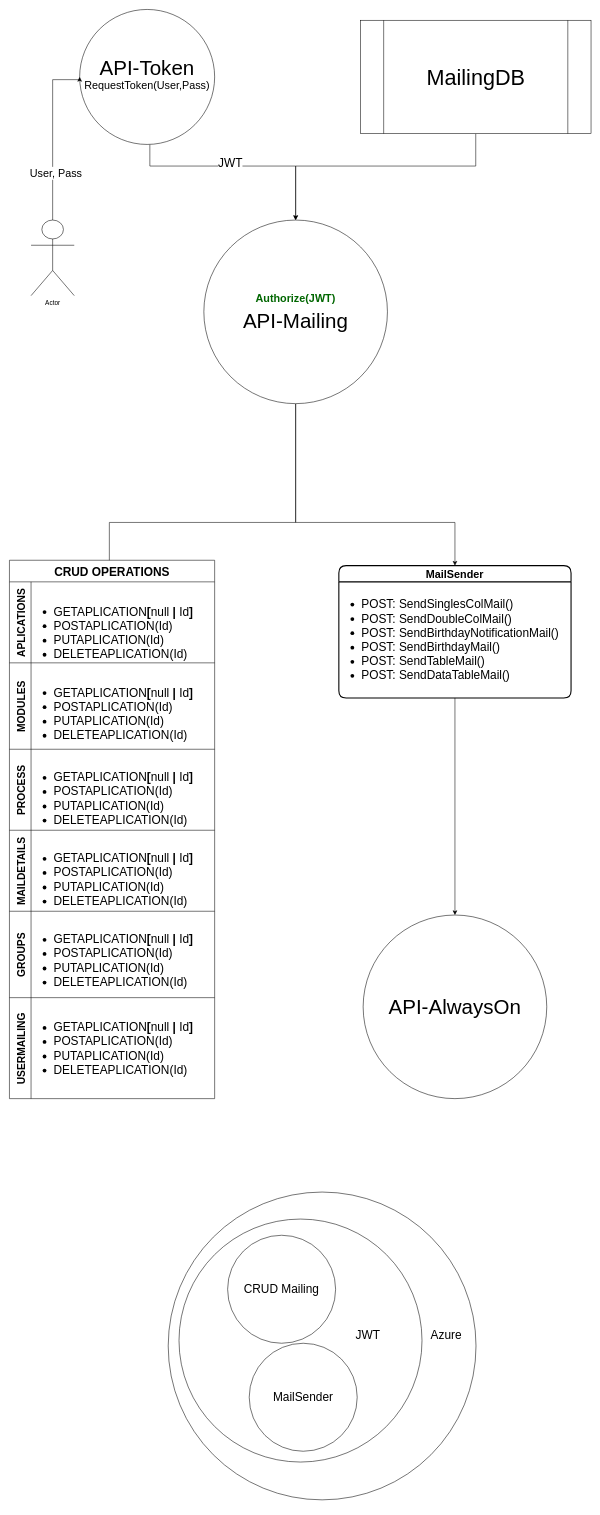
Above: page "Backlog" (2 of 3) of API-Mailing.drawio in AlvaroRiquelmeV/Draw.io (draw.io), before the change. Source tidied: cells renumbered, new cells numbered last; positions are measured from the earlier drawing's top-left corner, leaving out a move shared by most shapes. Both pictures are drawn from the tidied source at 54%, with x=0, y=0 at pixel (9, 9).
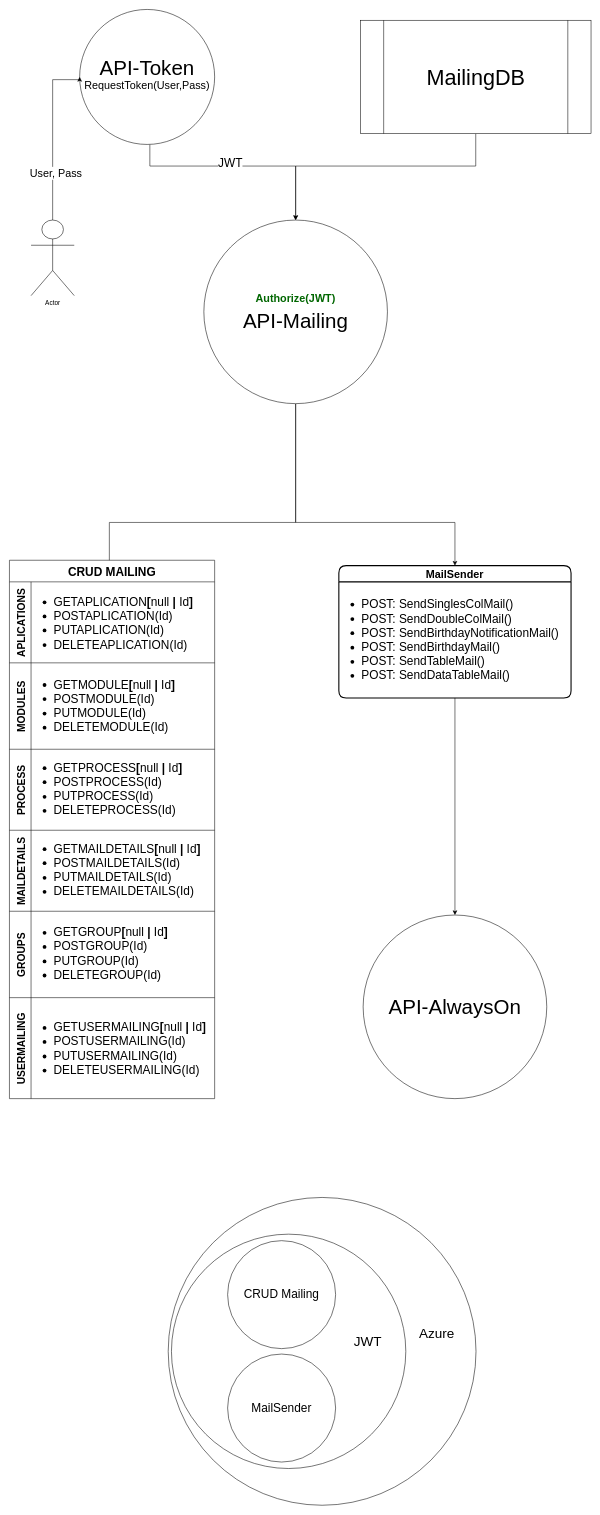
The same page after the edit.

The change refers to these unchanged cells:
```xml
<mxCell id="18" style="swimlane;swimlaneHead=0;swimlaneBody=0;fontStyle=0;fillColor=none;startSize=0;fontStyle=1;fontSize=19;shadow=0;" parent="17" vertex="1">
  <mxGeometry x="40" width="340" height="150" as="geometry" />
</mxCell>
<mxCell id="21" style="swimlane;swimlaneHead=0;swimlaneBody=0;fontStyle=0;fillColor=none;startSize=0;fontStyle=1;fontSize=19;shadow=0;" parent="20" vertex="1">
  <mxGeometry x="40" width="340" height="160" as="geometry" />
</mxCell>
<mxCell id="24" style="swimlane;swimlaneHead=0;swimlaneBody=0;fontStyle=0;fillColor=none;startSize=0;fontStyle=1;fontSize=19;shadow=0;" parent="23" vertex="1">
  <mxGeometry x="40" width="340" height="150" as="geometry" />
</mxCell>
<mxCell id="27" style="swimlane;swimlaneHead=0;swimlaneBody=0;fontStyle=0;fillColor=none;startSize=0;fontStyle=1;fontSize=19;shadow=0;" parent="26" vertex="1">
  <mxGeometry x="40" width="340" height="150" as="geometry" />
</mxCell>
<mxCell id="30" style="swimlane;swimlaneHead=0;swimlaneBody=0;fontStyle=0;fillColor=none;startSize=0;fontStyle=1;fontSize=19;shadow=0;" parent="29" vertex="1">
  <mxGeometry x="40" width="340" height="160" as="geometry" />
</mxCell>
<mxCell id="33" style="swimlane;swimlaneHead=0;swimlaneBody=0;fontStyle=0;fillColor=none;startSize=0;fontStyle=1;fontSize=19;shadow=0;" parent="32" vertex="1">
  <mxGeometry x="40" width="340" height="187" as="geometry" />
</mxCell>
```

The edit, as a diff of the source:
```diff
@@
-    <mxCell id="16" value="CRUD OPERATIONS" style="shape=table;childLayout=tableLayout;startSize=40;fontStyle=1;fontSize=22;shadow=0;" parent="1" vertex="1">
+    <mxCell id="16" value="CRUD MAILING" style="shape=table;childLayout=tableLayout;startSize=40;fontStyle=1;fontSize=22;shadow=0;" parent="1" vertex="1">
       <mxGeometry y="1020" width="380" height="997" as="geometry" />
     </mxCell>
@@
     <mxCell id="19" value="&lt;ul style=&quot;font-size: 22px;&quot;&gt;&lt;li&gt;&lt;font style=&quot;font-size: 22px;&quot;&gt;GETAPLICATION&lt;b&gt;[&lt;/b&gt;null &lt;b&gt;|&lt;/b&gt; Id&lt;b&gt;]&lt;/b&gt;&lt;/font&gt;&lt;/li&gt;&lt;li&gt;&lt;font style=&quot;font-size: 22px;&quot;&gt;POSTAPLICATION(Id)&lt;/font&gt;&lt;/li&gt;&lt;li&gt;&lt;font style=&quot;font-size: 22px;&quot;&gt;PUTAPLICATION(Id)&lt;/font&gt;&lt;/li&gt;&lt;li&gt;&lt;font style=&quot;font-size: 22px;&quot;&gt;DELETEAPLICATION(Id)&lt;/font&gt;&lt;/li&gt;&lt;/ul&gt;" style="text;strokeColor=none;fillColor=none;html=1;whiteSpace=wrap;verticalAlign=middle;overflow=hidden;fontSize=19;shadow=0;" parent="18" vertex="1">
-      <mxGeometry width="340" height="190" as="geometry" />
+      <mxGeometry width="340" height="150" as="geometry" />
     </mxCell>
@@
-    <mxCell id="22" value="&lt;ul style=&quot;font-size: 22px;&quot;&gt;&lt;li&gt;&lt;font style=&quot;font-size: 22px;&quot;&gt;GETAPLICATION&lt;b&gt;[&lt;/b&gt;null &lt;b&gt;|&lt;/b&gt; Id&lt;b&gt;]&lt;/b&gt;&lt;/font&gt;&lt;/li&gt;&lt;li&gt;&lt;font style=&quot;font-size: 22px;&quot;&gt;POSTAPLICATION(Id)&lt;/font&gt;&lt;/li&gt;&lt;li&gt;&lt;font style=&quot;font-size: 22px;&quot;&gt;PUTAPLICATION(Id)&lt;/font&gt;&lt;/li&gt;&lt;li&gt;&lt;font style=&quot;font-size: 22px;&quot;&gt;DELETEAPLICATION(Id)&lt;/font&gt;&lt;/li&gt;&lt;/ul&gt;" style="text;strokeColor=none;fillColor=none;html=1;whiteSpace=wrap;verticalAlign=middle;overflow=hidden;fontSize=19;shadow=0;" parent="21" vertex="1">
-      <mxGeometry width="340" height="190" as="geometry" />
+    <mxCell id="22" value="&lt;ul style=&quot;font-size: 22px;&quot;&gt;&lt;li&gt;&lt;font style=&quot;font-size: 22px;&quot;&gt;GETMODULE&lt;b&gt;[&lt;/b&gt;null &lt;b&gt;|&lt;/b&gt; Id&lt;b&gt;]&lt;/b&gt;&lt;/font&gt;&lt;/li&gt;&lt;li&gt;&lt;font style=&quot;font-size: 22px;&quot;&gt;POSTMODULE(Id)&lt;/font&gt;&lt;/li&gt;&lt;li&gt;&lt;font style=&quot;font-size: 22px;&quot;&gt;PUTMODULE(Id)&lt;/font&gt;&lt;/li&gt;&lt;li&gt;&lt;font style=&quot;font-size: 22px;&quot;&gt;DELETEMODULE(Id)&lt;/font&gt;&lt;/li&gt;&lt;/ul&gt;" style="text;strokeColor=none;fillColor=none;html=1;whiteSpace=wrap;verticalAlign=middle;overflow=hidden;fontSize=19;shadow=0;" parent="21" vertex="1">
+      <mxGeometry width="340" height="160" as="geometry" />
     </mxCell>
@@
-    <mxCell id="25" value="&lt;ul style=&quot;font-size: 22px;&quot;&gt;&lt;li&gt;&lt;font style=&quot;font-size: 22px;&quot;&gt;GETAPLICATION&lt;b&gt;[&lt;/b&gt;null &lt;b&gt;|&lt;/b&gt; Id&lt;b&gt;]&lt;/b&gt;&lt;/font&gt;&lt;/li&gt;&lt;li&gt;&lt;font style=&quot;font-size: 22px;&quot;&gt;POSTAPLICATION(Id)&lt;/font&gt;&lt;/li&gt;&lt;li&gt;&lt;font style=&quot;font-size: 22px;&quot;&gt;PUTAPLICATION(Id)&lt;/font&gt;&lt;/li&gt;&lt;li&gt;&lt;font style=&quot;font-size: 22px;&quot;&gt;DELETEAPLICATION(Id)&lt;/font&gt;&lt;/li&gt;&lt;/ul&gt;" style="text;strokeColor=none;fillColor=none;html=1;whiteSpace=wrap;verticalAlign=middle;overflow=hidden;fontSize=19;shadow=0;" parent="24" vertex="1">
-      <mxGeometry y="-3" width="340" height="190" as="geometry" />
+    <mxCell id="25" value="&lt;ul style=&quot;font-size: 22px;&quot;&gt;&lt;li&gt;&lt;font style=&quot;font-size: 22px;&quot;&gt;GETPROCESS&lt;b&gt;[&lt;/b&gt;null &lt;b&gt;|&lt;/b&gt; Id&lt;b&gt;]&lt;/b&gt;&lt;/font&gt;&lt;/li&gt;&lt;li&gt;&lt;font style=&quot;font-size: 22px;&quot;&gt;POSTPROCESS(Id)&lt;/font&gt;&lt;/li&gt;&lt;li&gt;&lt;font style=&quot;font-size: 22px;&quot;&gt;PUTPROCESS(Id)&lt;/font&gt;&lt;/li&gt;&lt;li&gt;&lt;font style=&quot;font-size: 22px;&quot;&gt;DELETEPROCESS(Id)&lt;/font&gt;&lt;/li&gt;&lt;/ul&gt;" style="text;strokeColor=none;fillColor=none;html=1;whiteSpace=wrap;verticalAlign=middle;overflow=hidden;fontSize=19;shadow=0;" parent="24" vertex="1">
+      <mxGeometry y="-3" width="340" height="153" as="geometry" />
     </mxCell>
@@
-    <mxCell id="28" value="&lt;ul style=&quot;font-size: 22px;&quot;&gt;&lt;li&gt;&lt;font style=&quot;font-size: 22px;&quot;&gt;GETAPLICATION&lt;b&gt;[&lt;/b&gt;null &lt;b&gt;|&lt;/b&gt; Id&lt;b&gt;]&lt;/b&gt;&lt;/font&gt;&lt;/li&gt;&lt;li&gt;&lt;font style=&quot;font-size: 22px;&quot;&gt;POSTAPLICATION(Id)&lt;/font&gt;&lt;/li&gt;&lt;li&gt;&lt;font style=&quot;font-size: 22px;&quot;&gt;PUTAPLICATION(Id)&lt;/font&gt;&lt;/li&gt;&lt;li&gt;&lt;font style=&quot;font-size: 22px;&quot;&gt;DELETEAPLICATION(Id)&lt;/font&gt;&lt;/li&gt;&lt;/ul&gt;" style="text;strokeColor=none;fillColor=none;html=1;whiteSpace=wrap;verticalAlign=middle;overflow=hidden;fontSize=19;shadow=0;" parent="27" vertex="1">
-      <mxGeometry y="-3" width="340" height="190" as="geometry" />
+    <mxCell id="28" value="&lt;ul style=&quot;font-size: 22px;&quot;&gt;&lt;li&gt;&lt;font style=&quot;font-size: 22px;&quot;&gt;GETMAILDETAILS&lt;b&gt;[&lt;/b&gt;null &lt;b&gt;|&lt;/b&gt; Id&lt;b&gt;]&lt;/b&gt;&lt;/font&gt;&lt;/li&gt;&lt;li&gt;&lt;font style=&quot;font-size: 22px;&quot;&gt;POSTMAILDETAILS(Id)&lt;/font&gt;&lt;/li&gt;&lt;li&gt;&lt;font style=&quot;font-size: 22px;&quot;&gt;PUTMAILDETAILS(Id)&lt;/font&gt;&lt;/li&gt;&lt;li&gt;&lt;font style=&quot;font-size: 22px;&quot;&gt;DELETEMAILDETAILS(Id)&lt;/font&gt;&lt;/li&gt;&lt;/ul&gt;" style="text;strokeColor=none;fillColor=none;html=1;whiteSpace=wrap;verticalAlign=middle;overflow=hidden;fontSize=19;shadow=0;" parent="27" vertex="1">
+      <mxGeometry y="-3" width="340" height="153" as="geometry" />
     </mxCell>
@@
-    <mxCell id="31" value="&lt;ul style=&quot;font-size: 22px;&quot;&gt;&lt;li&gt;&lt;font style=&quot;font-size: 22px;&quot;&gt;GETAPLICATION&lt;b&gt;[&lt;/b&gt;null &lt;b&gt;|&lt;/b&gt; Id&lt;b&gt;]&lt;/b&gt;&lt;/font&gt;&lt;/li&gt;&lt;li&gt;&lt;font style=&quot;font-size: 22px;&quot;&gt;POSTAPLICATION(Id)&lt;/font&gt;&lt;/li&gt;&lt;li&gt;&lt;font style=&quot;font-size: 22px;&quot;&gt;PUTAPLICATION(Id)&lt;/font&gt;&lt;/li&gt;&lt;li&gt;&lt;font style=&quot;font-size: 22px;&quot;&gt;DELETEAPLICATION(Id)&lt;/font&gt;&lt;/li&gt;&lt;/ul&gt;" style="text;strokeColor=none;fillColor=none;html=1;whiteSpace=wrap;verticalAlign=middle;overflow=hidden;fontSize=19;shadow=0;" parent="30" vertex="1">
-      <mxGeometry y="-3" width="340" height="190" as="geometry" />
+    <mxCell id="31" value="&lt;ul style=&quot;font-size: 22px;&quot;&gt;&lt;li&gt;&lt;font style=&quot;font-size: 22px;&quot;&gt;GETGROUP&lt;b&gt;[&lt;/b&gt;null &lt;b&gt;|&lt;/b&gt; Id&lt;b&gt;]&lt;/b&gt;&lt;/font&gt;&lt;/li&gt;&lt;li&gt;&lt;font style=&quot;font-size: 22px;&quot;&gt;POSTGROUP(Id)&lt;/font&gt;&lt;/li&gt;&lt;li&gt;&lt;font style=&quot;font-size: 22px;&quot;&gt;PUTGROUP(Id)&lt;/font&gt;&lt;/li&gt;&lt;li&gt;&lt;font style=&quot;font-size: 22px;&quot;&gt;DELETEGROUP(Id)&lt;/font&gt;&lt;/li&gt;&lt;/ul&gt;" style="text;strokeColor=none;fillColor=none;html=1;whiteSpace=wrap;verticalAlign=middle;overflow=hidden;fontSize=19;shadow=0;" parent="30" vertex="1">
+      <mxGeometry y="-3" width="340" height="163" as="geometry" />
     </mxCell>
@@
-    <mxCell id="34" value="&lt;ul style=&quot;font-size: 22px;&quot;&gt;&lt;li&gt;&lt;font style=&quot;font-size: 22px;&quot;&gt;GETAPLICATION&lt;b&gt;[&lt;/b&gt;null &lt;b&gt;|&lt;/b&gt; Id&lt;b&gt;]&lt;/b&gt;&lt;/font&gt;&lt;/li&gt;&lt;li&gt;&lt;font style=&quot;font-size: 22px;&quot;&gt;POSTAPLICATION(Id)&lt;/font&gt;&lt;/li&gt;&lt;li&gt;&lt;font style=&quot;font-size: 22px;&quot;&gt;PUTAPLICATION(Id)&lt;/font&gt;&lt;/li&gt;&lt;li&gt;&lt;font style=&quot;font-size: 22px;&quot;&gt;DELETEAPLICATION(Id)&lt;/font&gt;&lt;/li&gt;&lt;/ul&gt;" style="text;strokeColor=none;fillColor=none;html=1;whiteSpace=wrap;verticalAlign=middle;overflow=hidden;fontSize=19;shadow=0;" parent="33" vertex="1">
+    <mxCell id="34" value="&lt;ul style=&quot;font-size: 22px;&quot;&gt;&lt;li&gt;&lt;font style=&quot;font-size: 22px;&quot;&gt;GETUSERMAILING&lt;b&gt;[&lt;/b&gt;null &lt;b&gt;|&lt;/b&gt; Id&lt;b&gt;]&lt;/b&gt;&lt;/font&gt;&lt;/li&gt;&lt;li&gt;&lt;font style=&quot;font-size: 22px;&quot;&gt;POSTUSERMAILING(Id)&lt;/font&gt;&lt;/li&gt;&lt;li&gt;&lt;font style=&quot;font-size: 22px;&quot;&gt;PUTUSERMAILING(Id)&lt;/font&gt;&lt;/li&gt;&lt;li&gt;&lt;font style=&quot;font-size: 22px;&quot;&gt;DELETEUSERMAILING(Id)&lt;/font&gt;&lt;/li&gt;&lt;/ul&gt;" style="text;strokeColor=none;fillColor=none;html=1;whiteSpace=wrap;verticalAlign=middle;overflow=hidden;fontSize=19;shadow=0;" parent="33" vertex="1">
       <mxGeometry width="340" height="190" as="geometry" />
     </mxCell>
@@
     <mxCell id="36" style="group;" parent="1" vertex="1">
-      <mxGeometry x="294" y="2190" width="570" height="570" as="geometry" />
+      <mxGeometry x="294" y="2200" width="570" height="570" as="geometry" />
     </mxCell>
@@
     <mxCell id="38" style="ellipse;whiteSpace=wrap;html=1;fontSize=22;shadow=0;" parent="36" vertex="1">
-      <mxGeometry x="20" y="50" width="450" height="450" as="geometry" />
+      <mxGeometry x="6" y="68" width="434" height="434" as="geometry" />
     </mxCell>
@@
-    <mxCell id="40" value="JWT" style="text;html=1;strokeColor=none;fillColor=none;align=center;verticalAlign=middle;whiteSpace=wrap;rounded=0;fontSize=22;shadow=0;" parent="36" vertex="1">
+    <mxCell id="40" value="JWT" style="text;html=1;strokeColor=none;fillColor=none;align=center;verticalAlign=middle;whiteSpace=wrap;rounded=0;fontSize=25;shadow=0;" parent="36" vertex="1">
       <mxGeometry x="340" y="250" width="60" height="30" as="geometry" />
     </mxCell>
     <mxCell id="41" value="MailSender" style="ellipse;whiteSpace=wrap;html=1;fontSize=22;shadow=0;" parent="36" vertex="1">
-      <mxGeometry x="150" y="280" width="200" height="200" as="geometry" />
+      <mxGeometry x="110" y="290" width="200" height="200" as="geometry" />
     </mxCell>
-    <mxCell id="42" value="Azure" style="text;html=1;strokeColor=none;fillColor=none;align=center;verticalAlign=middle;whiteSpace=wrap;rounded=0;fontSize=22;shadow=0;" parent="36" vertex="1">
-      <mxGeometry x="485" y="250" width="60" height="30" as="geometry" />
+    <mxCell id="42" value="Azure" style="text;html=1;strokeColor=none;fillColor=none;align=center;verticalAlign=middle;whiteSpace=wrap;rounded=0;fontSize=25;shadow=0;" parent="36" vertex="1">
+      <mxGeometry x="450" y="220" width="95" height="60" as="geometry" />
     </mxCell>
```
